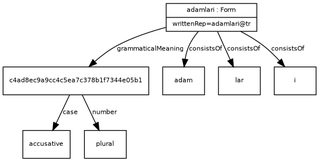
Above: examples/example_13.png in ontolex/morph (Graphviz), before the change. Its source is kept beside it as examples/example_13.dot.
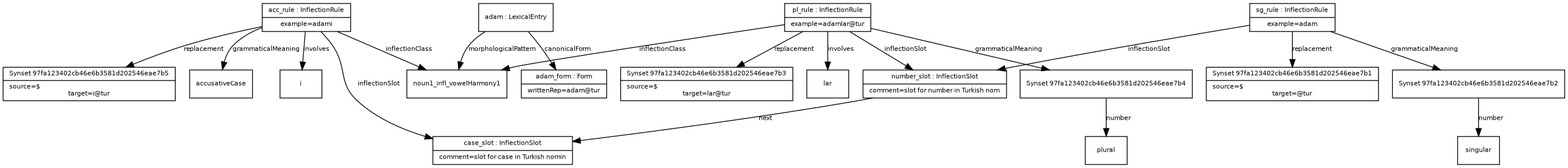
Later version of the same file.

Diff of the diagram source:
```diff
@@ -13,17 +13,40 @@
       fontsize = 8
     ]
 
-accusative [ label="{accusative}" ]
-c4ad8ec9a9cc4c5ea7c378b1f7344e05b1 -> accusative [ label="case" ]
+Synset97fa123402cb46e6b3581d202546eae7b5 [ label="{Synset 97fa123402cb46e6b3581d202546eae7b5|source=$\ltarget=i@tur}" ]
+acc_rule -> Synset97fa123402cb46e6b3581d202546eae7b5 [ label="replacement" ]
+noun1_infl_vowelHarmony1 [ label="{noun1_infl_vowelHarmony1}" ]
+acc_rule -> noun1_infl_vowelHarmony1 [ label="inflectionClass" ]
+accusativeCase [ label="{accusativeCase}" ]
+acc_rule -> accusativeCase [ label="grammaticalMeaning" ]
+i [ label="{i}" ]
+acc_rule -> i [ label="involves" ]
+case_slot [ label="{case_slot : InflectionSlot|comment=slot for case in Turkish nomin}" ]
+acc_rule -> case_slot [ label="inflectionSlot" ]
+acc_rule [ label="{acc_rule : InflectionRule|example=adami}" ]
+Synset97fa123402cb46e6b3581d202546eae7b1 [ label="{Synset 97fa123402cb46e6b3581d202546eae7b1|source=$\ltarget=@tur}" ]
+sg_rule -> Synset97fa123402cb46e6b3581d202546eae7b1 [ label="replacement" ]
+singular [ label="{singular}" ]
+Synset97fa123402cb46e6b3581d202546eae7b2 -> singular [ label="number" ]
+Synset97fa123402cb46e6b3581d202546eae7b2 [ label="{Synset 97fa123402cb46e6b3581d202546eae7b2}" ]
+sg_rule -> Synset97fa123402cb46e6b3581d202546eae7b2 [ label="grammaticalMeaning" ]
+number_slot -> case_slot [ label="next" ]
+number_slot [ label="{number_slot : InflectionSlot|comment=slot for number in Turkish nom}" ]
+sg_rule -> number_slot [ label="inflectionSlot" ]
+sg_rule [ label="{sg_rule : InflectionRule|example=adam}" ]
+adam_form [ label="{adam_form : Form|writtenRep=adam@tur}" ]
+adam -> adam_form [ label="canonicalForm" ]
+adam -> noun1_infl_vowelHarmony1 [ label="morphologicalPattern" ]
+adam [ label="{adam : LexicalEntry}" ]
+Synset97fa123402cb46e6b3581d202546eae7b3 [ label="{Synset 97fa123402cb46e6b3581d202546eae7b3|source=$\ltarget=lar@tur}" ]
+pl_rule -> Synset97fa123402cb46e6b3581d202546eae7b3 [ label="replacement" ]
+pl_rule -> noun1_infl_vowelHarmony1 [ label="inflectionClass" ]
 plural [ label="{plural}" ]
-c4ad8ec9a9cc4c5ea7c378b1f7344e05b1 -> plural [ label="number" ]
-c4ad8ec9a9cc4c5ea7c378b1f7344e05b1 [ label="{c4ad8ec9a9cc4c5ea7c378b1f7344e05b1}" ]
-adamlari -> c4ad8ec9a9cc4c5ea7c378b1f7344e05b1 [ label="grammaticalMeaning" ]
-adam [ label="{adam}" ]
-adamlari -> adam [ label="consistsOf" ]
+Synset97fa123402cb46e6b3581d202546eae7b4 -> plural [ label="number" ]
+Synset97fa123402cb46e6b3581d202546eae7b4 [ label="{Synset 97fa123402cb46e6b3581d202546eae7b4}" ]
+pl_rule -> Synset97fa123402cb46e6b3581d202546eae7b4 [ label="grammaticalMeaning" ]
 lar [ label="{lar}" ]
-adamlari -> lar [ label="consistsOf" ]
-i [ label="{i}" ]
-adamlari -> i [ label="consistsOf" ]
-adamlari [ label="{adamlari : Form|writtenRep=adamlari@tr}" ]
+pl_rule -> lar [ label="involves" ]
+pl_rule -> number_slot [ label="inflectionSlot" ]
+pl_rule [ label="{pl_rule : InflectionRule|example=adamlar@tur}" ]
 }
```
